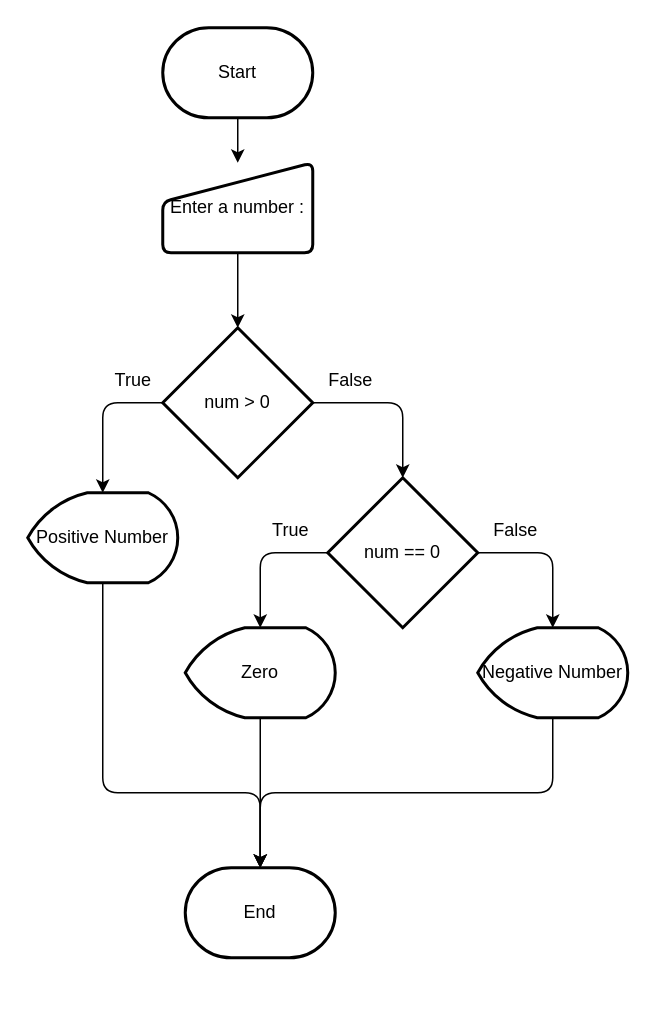
PatcharaphonKoosomsarp/Compro_1 keeps this draw.io diagram as L.2/if-elif-else1.drawio. Above is the earlier version. Source tidied: cells renumbered, new cells numbered last; positions are measured from the earlier drawing's top-left corner, leaving out a move shared by most shapes. Both pictures are drawn from the tidied source at 150%, with x=0, y=0 at pixel (27, 27).
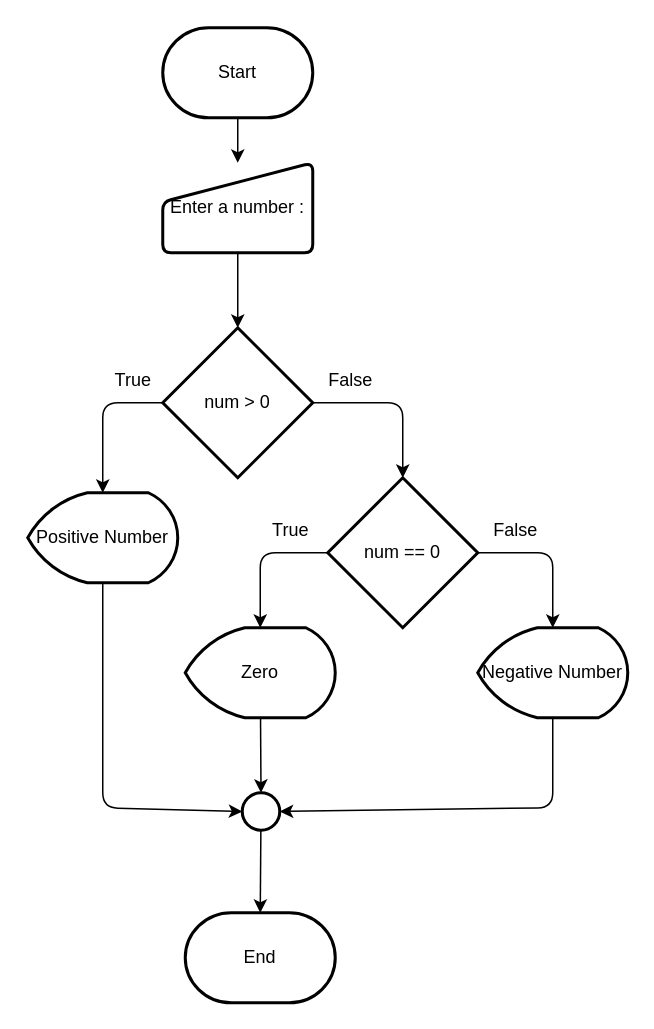
The same page after the edit.

The change refers to these unchanged cells:
```xml
<mxCell id="14" value="Positive Number" style="strokeWidth=2;html=1;shape=mxgraph.flowchart.display;whiteSpace=wrap;" parent="1" vertex="1">
  <mxGeometry y="310" width="100" height="60" as="geometry" />
</mxCell>
<mxCell id="16" value="Zero" style="strokeWidth=2;html=1;shape=mxgraph.flowchart.display;whiteSpace=wrap;" parent="1" vertex="1">
  <mxGeometry x="105" y="400" width="100" height="60" as="geometry" />
</mxCell>
<mxCell id="21" value="Negative Number" style="strokeWidth=2;html=1;shape=mxgraph.flowchart.display;whiteSpace=wrap;" parent="1" vertex="1">
  <mxGeometry x="300" y="400" width="100" height="60" as="geometry" />
</mxCell>
```

The edit, as a diff of the source:
```diff
@@
     <mxCell id="4" value="End" style="strokeWidth=2;html=1;shape=mxgraph.flowchart.terminator;whiteSpace=wrap;" parent="1" vertex="1">
-      <mxGeometry x="105" y="560" width="100" height="60" as="geometry" />
+      <mxGeometry x="105" y="590" width="100" height="60" as="geometry" />
     </mxCell>
@@
-    <mxCell id="13" style="edgeStyle=none;html=1;entryX=0.5;entryY=0;entryDx=0;entryDy=0;entryPerimeter=0;" parent="1" edge="1" source="14" target="4">
-      <mxGeometry relative="1" as="geometry">
-        <Array as="points">
-          <mxPoint x="50" y="510" />
-          <mxPoint x="155" y="510" />
-        </Array>
-      </mxGeometry>
-    </mxCell>
+    <mxCell id="23" style="edgeStyle=none;html=1;entryX=0;entryY=0.5;entryDx=0;entryDy=0;entryPerimeter=0;" parent="1" edge="1" source="14" target="27">
+      <mxGeometry relative="1" as="geometry">
+        <Array as="points">
+          <mxPoint x="50" y="520" />
+        </Array>
+      </mxGeometry>
+    </mxCell>
@@
-    <mxCell id="15" style="edgeStyle=none;html=1;entryX=0.5;entryY=0;entryDx=0;entryDy=0;entryPerimeter=0;" parent="1" edge="1" source="16" target="4">
-      <mxGeometry relative="1" as="geometry" />
-    </mxCell>
+    <mxCell id="24" style="edgeStyle=none;html=1;entryX=0.5;entryY=0;entryDx=0;entryDy=0;entryPerimeter=0;" parent="1" edge="1" source="16" target="27">
+      <mxGeometry relative="1" as="geometry" />
+    </mxCell>
@@
-    <mxCell id="20" style="edgeStyle=none;html=1;entryX=0.5;entryY=0;entryDx=0;entryDy=0;entryPerimeter=0;" parent="1" edge="1" source="21" target="4">
-      <mxGeometry relative="1" as="geometry">
-        <Array as="points">
-          <mxPoint x="350" y="510" />
-          <mxPoint x="155" y="510" />
-        </Array>
-      </mxGeometry>
-    </mxCell>
+    <mxCell id="25" style="edgeStyle=none;html=1;entryX=1;entryY=0.5;entryDx=0;entryDy=0;entryPerimeter=0;" parent="1" edge="1" source="21" target="27">
+      <mxGeometry relative="1" as="geometry">
+        <Array as="points">
+          <mxPoint x="350" y="520" />
+        </Array>
+      </mxGeometry>
+    </mxCell>
@@
+    <mxCell id="26" style="edgeStyle=none;html=1;entryX=0.5;entryY=0;entryDx=0;entryDy=0;entryPerimeter=0;" parent="1" edge="1" source="27" target="4">
+      <mxGeometry relative="1" as="geometry" />
+    </mxCell>
+    <mxCell id="27" style="strokeWidth=2;html=1;shape=mxgraph.flowchart.start_2;whiteSpace=wrap;" parent="1" vertex="1">
+      <mxGeometry x="143" y="510" width="25" height="25" as="geometry" />
+    </mxCell>
```
